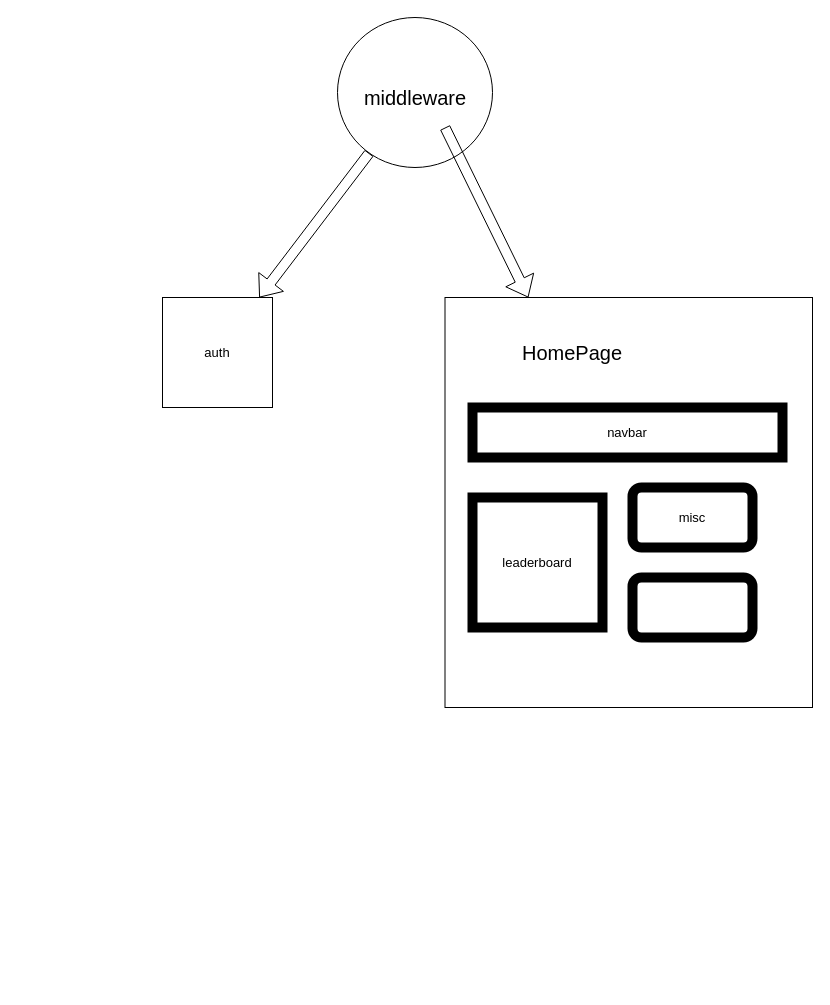
Earlier version of the draw.io diagram public/diagram.drawio (kzares-dev/PrisionerPit). Source tidied: cells renumbered, new cells numbered last; positions are measured from the earlier drawing's top-left corner, leaving out a move shared by most shapes. Both pictures are drawn from the tidied source at 100%, with x=0, y=0 at pixel (162, 17).
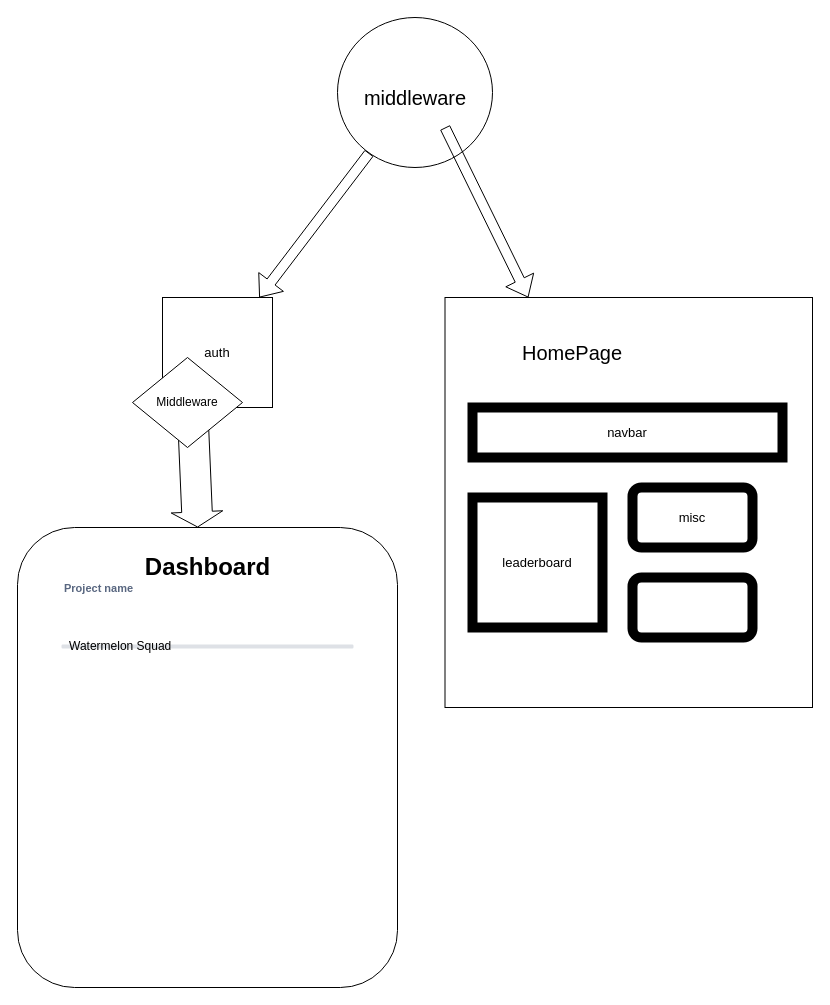
The same page after the edit.

The edit, as a diff of the source:
```diff
@@
+    <mxCell id="13" value="&lt;h1&gt;&lt;br&gt;&lt;/h1&gt;" style="rounded=1;whiteSpace=wrap;html=1;" parent="1" vertex="1">
+      <mxGeometry x="-145" y="510" width="380" height="460" as="geometry" />
+    </mxCell>
+    <mxCell id="14" style="shape=flexArrow;endArrow=classic;html=1;width=30.58823529411765;endSize=4.7176470588235295;" parent="1" edge="1" target="13">
+      <mxGeometry relative="1" as="geometry">
+        <mxPoint x="30" y="390" as="sourcePoint" />
+      </mxGeometry>
+    </mxCell>
+    <mxCell id="15" value="Dashboard" style="text;strokeColor=none;fillColor=none;html=1;fontSize=24;fontStyle=1;verticalAlign=middle;align=center;" parent="1" vertex="1">
+      <mxGeometry x="-5" y="530" width="100" height="40" as="geometry" />
+    </mxCell>
+    <mxCell id="16" value="Middleware" style="rhombus;whiteSpace=wrap;html=1;" parent="1" vertex="1">
+      <mxGeometry x="-30" y="340" width="110" height="90" as="geometry" />
+    </mxCell>
+    <mxCell id="17" value="Project name" style="fillColor=none;strokeColor=none;html=1;fontSize=11;fontStyle=0;align=left;fontColor=#596780;fontStyle=1;fontSize=11;" parent="1" vertex="1">
+      <mxGeometry x="-100" y="570" width="240" as="geometry" />
+    </mxCell>
+    <mxCell id="18" value="Watermelon Squad" style="rounded=1;arcSize=9;fillColor=#F7F8F9;align=left;spacingLeft=5;strokeColor=#DEE1E6;html=1;strokeWidth=2;fontSize=12;" parent="1" vertex="1">
+      <mxGeometry x="-100" y="628" width="290" height="2" as="geometry" />
+    </mxCell>
```
